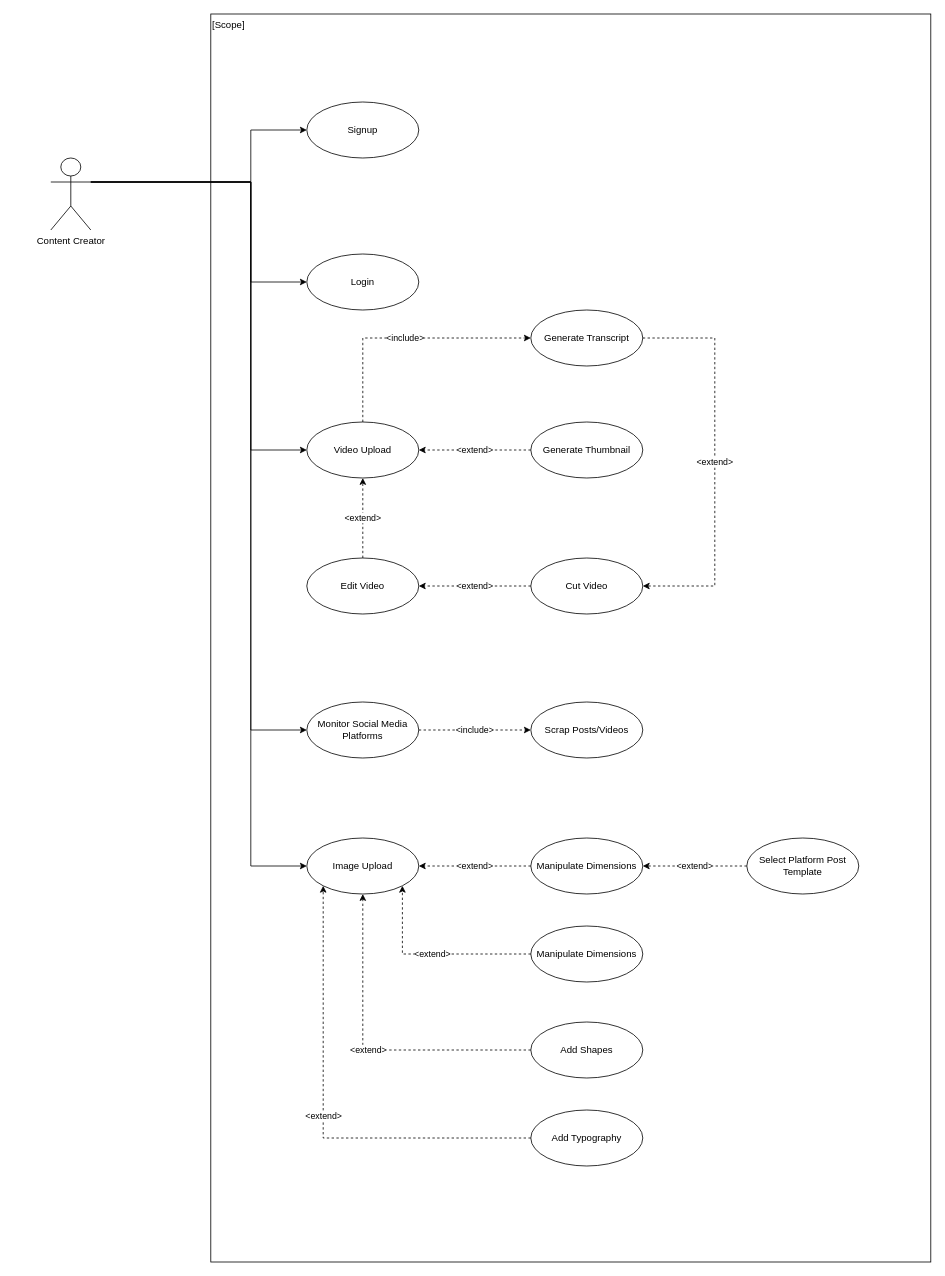
Before: diagrams/UsecaseDiagram.drawio in jadhamwi31/cc_productivity_and_marketing_kit, a draw.io diagram. Source tidied: cells renumbered, new cells numbered last; positions are measured from the earlier drawing's top-left corner, leaving out a move shared by most shapes. Both pictures are drawn from the tidied source at 80%, with x=0, y=0 at pixel (50, 14).
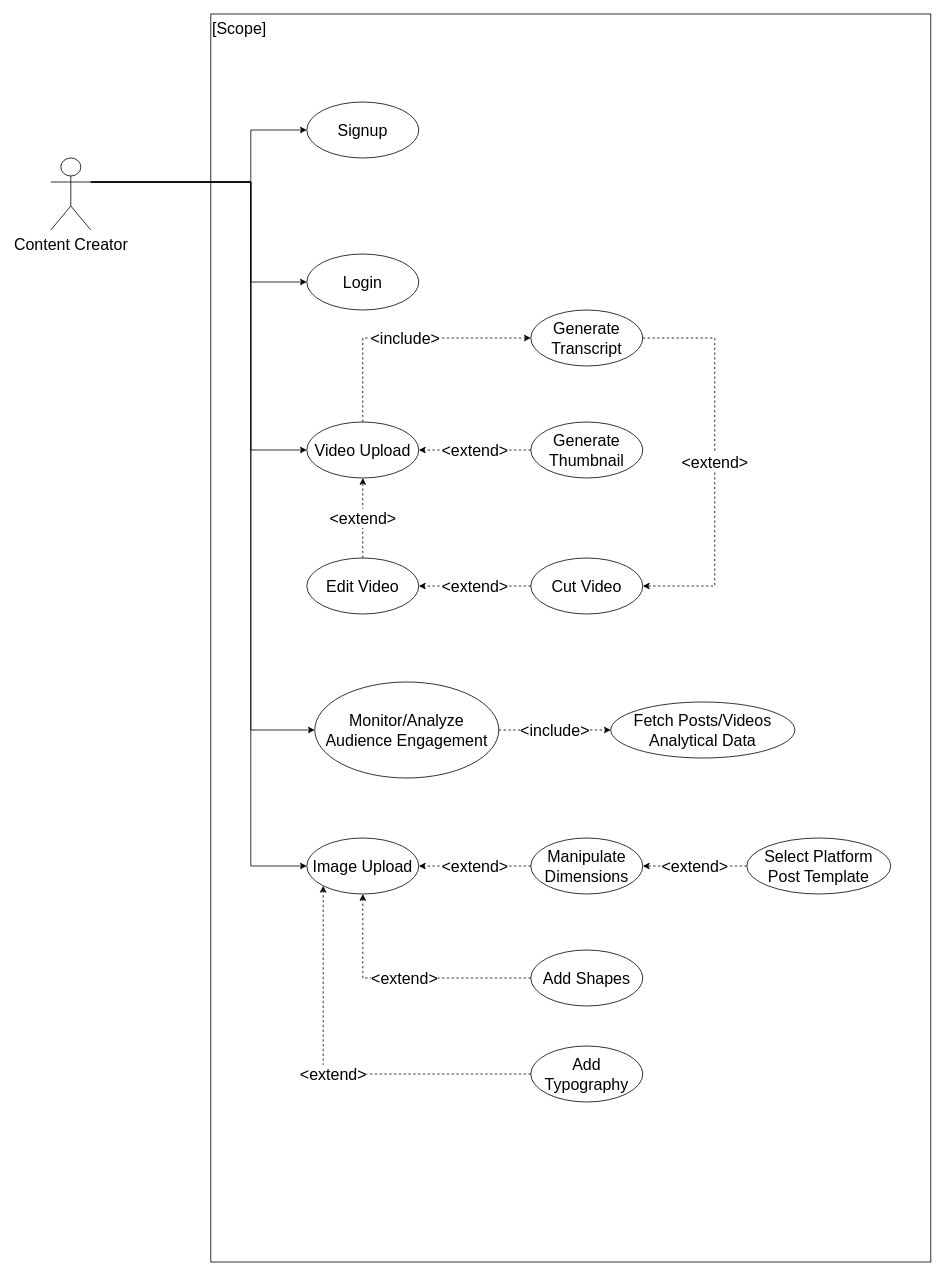
Above is the later version.

Change to the diagram source:
```diff
@@
-    <mxCell id="2" value="[Scope]" style="rounded=0;whiteSpace=wrap;html=1;fillColor=none;align=left;verticalAlign=top;" parent="1" vertex="1">
+    <mxCell id="2" value="[Scope]" style="rounded=0;whiteSpace=wrap;html=1;fillColor=none;align=left;verticalAlign=top;fontSize=20;" parent="1" vertex="1">
       <mxGeometry x="200" width="900" height="1560" as="geometry" />
     </mxCell>
-    <mxCell id="3" style="edgeStyle=orthogonalEdgeStyle;rounded=0;jettySize=auto;html=1;exitX=1;exitY=0.3333333333333333;exitDx=0;exitDy=0;exitPerimeter=0;entryX=0;entryY=0.5;entryDx=0;entryDy=0;" parent="1" edge="1" source="8" target="9">
+    <mxCell id="3" style="edgeStyle=orthogonalEdgeStyle;rounded=0;jettySize=auto;html=1;exitX=1;exitY=0.3333333333333333;exitDx=0;exitDy=0;exitPerimeter=0;entryX=0;entryY=0.5;entryDx=0;entryDy=0;fontSize=20;" parent="1" edge="1" source="8" target="9">
       <mxGeometry relative="1" as="geometry">
         <Array as="points">
           <mxPoint x="250" y="210" />
           <mxPoint x="250" y="145" />
         </Array>
       </mxGeometry>
     </mxCell>
-    <mxCell id="4" style="edgeStyle=orthogonalEdgeStyle;rounded=0;jettySize=auto;html=1;exitX=1;exitY=0.3333333333333333;exitDx=0;exitDy=0;exitPerimeter=0;entryX=0;entryY=0.5;entryDx=0;entryDy=0;" parent="1" edge="1" source="8" target="10">
+    <mxCell id="4" style="edgeStyle=orthogonalEdgeStyle;rounded=0;jettySize=auto;html=1;exitX=1;exitY=0.3333333333333333;exitDx=0;exitDy=0;exitPerimeter=0;entryX=0;entryY=0.5;entryDx=0;entryDy=0;fontSize=20;" parent="1" edge="1" source="8" target="10">
       <mxGeometry relative="1" as="geometry">
         <Array as="points">
           <mxPoint x="250" y="210" />
           <mxPoint x="250" y="335" />
         </Array>
       </mxGeometry>
     </mxCell>
-    <mxCell id="5" style="edgeStyle=orthogonalEdgeStyle;rounded=0;jettySize=auto;html=1;exitX=1;exitY=0.3333333333333333;exitDx=0;exitDy=0;exitPerimeter=0;entryX=0;entryY=0.5;entryDx=0;entryDy=0;" parent="1" edge="1" source="8" target="12">
+    <mxCell id="5" style="edgeStyle=orthogonalEdgeStyle;rounded=0;jettySize=auto;html=1;exitX=1;exitY=0.3333333333333333;exitDx=0;exitDy=0;exitPerimeter=0;entryX=0;entryY=0.5;entryDx=0;entryDy=0;fontSize=20;" parent="1" edge="1" source="8" target="12">
       <mxGeometry relative="1" as="geometry">
         <Array as="points">
           <mxPoint x="250" y="210" />
           <mxPoint x="250" y="545" />
         </Array>
       </mxGeometry>
     </mxCell>
-    <mxCell id="6" style="edgeStyle=orthogonalEdgeStyle;rounded=0;jettySize=auto;html=1;exitX=1;exitY=0.3333333333333333;exitDx=0;exitDy=0;exitPerimeter=0;entryX=0;entryY=0.5;entryDx=0;entryDy=0;" parent="1" edge="1" source="8" target="18">
+    <mxCell id="6" style="edgeStyle=orthogonalEdgeStyle;rounded=0;jettySize=auto;html=1;exitX=1;exitY=0.3333333333333333;exitDx=0;exitDy=0;exitPerimeter=0;entryX=0;entryY=0.5;entryDx=0;entryDy=0;fontSize=20;" parent="1" edge="1" source="8" target="18">
       <mxGeometry relative="1" as="geometry">
         <Array as="points">
           <mxPoint x="250" y="210" />
           <mxPoint x="250" y="895" />
         </Array>
       </mxGeometry>
     </mxCell>
-    <mxCell id="7" style="edgeStyle=orthogonalEdgeStyle;rounded=0;jettySize=auto;html=1;exitX=1;exitY=0.3333333333333333;exitDx=0;exitDy=0;exitPerimeter=0;entryX=0;entryY=0.5;entryDx=0;entryDy=0;" parent="1" edge="1" source="8" target="20">
+    <mxCell id="7" style="edgeStyle=orthogonalEdgeStyle;rounded=0;jettySize=auto;html=1;exitX=1;exitY=0.3333333333333333;exitDx=0;exitDy=0;exitPerimeter=0;entryX=0;entryY=0.5;entryDx=0;entryDy=0;fontSize=20;" parent="1" edge="1" source="8" target="20">
       <mxGeometry relative="1" as="geometry">
         <Array as="points">
           <mxPoint x="250" y="210" />
           <mxPoint x="250" y="1065" />
         </Array>
       </mxGeometry>
     </mxCell>
-    <mxCell id="8" value="Content Creator" style="shape=umlActor;verticalLabelPosition=bottom;verticalAlign=top;html=1;outlineConnect=0;fillColor=none;" parent="1" vertex="1">
+    <mxCell id="8" value="Content Creator" style="shape=umlActor;verticalLabelPosition=bottom;verticalAlign=top;html=1;outlineConnect=0;fillColor=none;fontSize=20;" parent="1" vertex="1">
       <mxGeometry y="180" width="50" height="90" as="geometry" />
     </mxCell>
-    <mxCell id="9" value="Signup" style="ellipse;whiteSpace=wrap;html=1;fillColor=none;" parent="1" vertex="1">
+    <mxCell id="9" value="Signup" style="ellipse;whiteSpace=wrap;html=1;fillColor=none;fontSize=20;" parent="1" vertex="1">
       <mxGeometry x="320" y="110" width="140" height="70" as="geometry" />
     </mxCell>
-    <mxCell id="10" value="Login" style="ellipse;whiteSpace=wrap;html=1;fillColor=none;" parent="1" vertex="1">
+    <mxCell id="10" value="Login" style="ellipse;whiteSpace=wrap;html=1;fillColor=none;fontSize=20;" parent="1" vertex="1">
       <mxGeometry x="320" y="300" width="140" height="70" as="geometry" />
     </mxCell>
-    <mxCell id="11" value="&amp;lt;include&amp;gt;" style="edgeStyle=orthogonalEdgeStyle;rounded=0;jettySize=auto;html=1;exitX=0.5;exitY=0;exitDx=0;exitDy=0;entryX=0;entryY=0.5;entryDx=0;entryDy=0;dashed=1;" parent="1" edge="1" source="12" target="34">
+    <mxCell id="11" value="&amp;lt;include&amp;gt;" style="edgeStyle=orthogonalEdgeStyle;rounded=0;jettySize=auto;html=1;exitX=0.5;exitY=0;exitDx=0;exitDy=0;entryX=0;entryY=0.5;entryDx=0;entryDy=0;dashed=1;fontSize=20;" parent="1" edge="1" source="12" target="34">
       <mxGeometry relative="1" as="geometry" />
     </mxCell>
-    <mxCell id="12" value="Video Upload" style="ellipse;whiteSpace=wrap;html=1;fillColor=none;" parent="1" vertex="1">
+    <mxCell id="12" value="Video Upload" style="ellipse;whiteSpace=wrap;html=1;fillColor=none;fontSize=20;" parent="1" vertex="1">
       <mxGeometry x="320" y="510" width="140" height="70" as="geometry" />
     </mxCell>
-    <mxCell id="13" value="&amp;lt;extend&amp;gt;" style="edgeStyle=orthogonalEdgeStyle;rounded=0;jettySize=auto;html=1;exitX=0.5;exitY=0;exitDx=0;exitDy=0;entryX=0.5;entryY=1;entryDx=0;entryDy=0;dashed=1;" parent="1" edge="1" source="14" target="12">
+    <mxCell id="13" value="&amp;lt;extend&amp;gt;" style="edgeStyle=orthogonalEdgeStyle;rounded=0;jettySize=auto;html=1;exitX=0.5;exitY=0;exitDx=0;exitDy=0;entryX=0.5;entryY=1;entryDx=0;entryDy=0;dashed=1;fontSize=20;" parent="1" edge="1" source="14" target="12">
       <mxGeometry relative="1" as="geometry" />
     </mxCell>
-    <mxCell id="14" value="Edit Video" style="ellipse;whiteSpace=wrap;html=1;fillColor=none;" parent="1" vertex="1">
+    <mxCell id="14" value="Edit Video" style="ellipse;whiteSpace=wrap;html=1;fillColor=none;fontSize=20;" parent="1" vertex="1">
       <mxGeometry x="320" y="680" width="140" height="70" as="geometry" />
     </mxCell>
-    <mxCell id="15" value="&amp;lt;extend&amp;gt;" style="edgeStyle=orthogonalEdgeStyle;rounded=0;jettySize=auto;html=1;exitX=0;exitY=0.5;exitDx=0;exitDy=0;entryX=1;entryY=0.5;entryDx=0;entryDy=0;dashed=1;" parent="1" edge="1" source="16" target="14">
+    <mxCell id="15" value="&amp;lt;extend&amp;gt;" style="edgeStyle=orthogonalEdgeStyle;rounded=0;jettySize=auto;html=1;exitX=0;exitY=0.5;exitDx=0;exitDy=0;entryX=1;entryY=0.5;entryDx=0;entryDy=0;dashed=1;fontSize=20;" parent="1" edge="1" source="16" target="14">
       <mxGeometry relative="1" as="geometry" />
     </mxCell>
-    <mxCell id="16" value="Cut Video" style="ellipse;whiteSpace=wrap;html=1;fillColor=none;" parent="1" vertex="1">
+    <mxCell id="16" value="Cut Video" style="ellipse;whiteSpace=wrap;html=1;fillColor=none;fontSize=20;" parent="1" vertex="1">
       <mxGeometry x="600" y="680" width="140" height="70" as="geometry" />
     </mxCell>
-    <mxCell id="17" value="&amp;lt;include&amp;gt;" style="edgeStyle=orthogonalEdgeStyle;rounded=0;jettySize=auto;html=1;exitX=1;exitY=0.5;exitDx=0;exitDy=0;dashed=1;" parent="1" edge="1" source="18" target="19">
+    <mxCell id="17" value="&amp;lt;include&amp;gt;" style="edgeStyle=orthogonalEdgeStyle;rounded=0;jettySize=auto;html=1;exitX=1;exitY=0.5;exitDx=0;exitDy=0;dashed=1;fontSize=20;" parent="1" edge="1" source="18" target="19">
       <mxGeometry relative="1" as="geometry" />
     </mxCell>
-    <mxCell id="18" value="Monitor Social Media Platforms" style="ellipse;whiteSpace=wrap;html=1;fillColor=none;" parent="1" vertex="1">
-      <mxGeometry x="320" y="860" width="140" height="70" as="geometry" />
+    <mxCell id="18" value="Monitor/Analyze Audience Engagement" style="ellipse;whiteSpace=wrap;html=1;fillColor=none;fontSize=20;" parent="1" vertex="1">
+      <mxGeometry x="330" y="835" width="230" height="120" as="geometry" />
     </mxCell>
-    <mxCell id="19" value="Scrap Posts/Videos" style="ellipse;whiteSpace=wrap;html=1;fillColor=none;" parent="1" vertex="1">
-      <mxGeometry x="600" y="860" width="140" height="70" as="geometry" />
+    <mxCell id="19" value="Fetch Posts/Videos&lt;br&gt;Analytical Data" style="ellipse;whiteSpace=wrap;html=1;fillColor=none;fontSize=20;" parent="1" vertex="1">
+      <mxGeometry x="700" y="860" width="230" height="70" as="geometry" />
     </mxCell>
-    <mxCell id="20" value="Image Upload" style="ellipse;whiteSpace=wrap;html=1;fillColor=none;" parent="1" vertex="1">
+    <mxCell id="20" value="Image Upload" style="ellipse;whiteSpace=wrap;html=1;fillColor=none;fontSize=20;" parent="1" vertex="1">
       <mxGeometry x="320" y="1030" width="140" height="70" as="geometry" />
     </mxCell>
-    <mxCell id="21" value="&amp;lt;extend&amp;gt;" style="edgeStyle=orthogonalEdgeStyle;rounded=0;jettySize=auto;html=1;exitX=0;exitY=0.5;exitDx=0;exitDy=0;dashed=1;" parent="1" edge="1" source="22" target="20">
+    <mxCell id="21" value="&amp;lt;extend&amp;gt;" style="edgeStyle=orthogonalEdgeStyle;rounded=0;jettySize=auto;html=1;exitX=0;exitY=0.5;exitDx=0;exitDy=0;dashed=1;fontSize=20;" parent="1" edge="1" source="22" target="20">
       <mxGeometry relative="1" as="geometry" />
     </mxCell>
-    <mxCell id="22" value="Manipulate Dimensions" style="ellipse;whiteSpace=wrap;html=1;fillColor=none;" parent="1" vertex="1">
+    <mxCell id="22" value="Manipulate Dimensions" style="ellipse;whiteSpace=wrap;html=1;fillColor=none;fontSize=20;" parent="1" vertex="1">
       <mxGeometry x="600" y="1030" width="140" height="70" as="geometry" />
     </mxCell>
-    <mxCell id="23" value="&amp;lt;extend&amp;gt;" style="edgeStyle=orthogonalEdgeStyle;rounded=0;jettySize=auto;html=1;exitX=0;exitY=0.5;exitDx=0;exitDy=0;entryX=1;entryY=0.5;entryDx=0;entryDy=0;dashed=1;" parent="1" edge="1" source="24" target="12">
+    <mxCell id="23" value="&amp;lt;extend&amp;gt;" style="edgeStyle=orthogonalEdgeStyle;rounded=0;jettySize=auto;html=1;exitX=0;exitY=0.5;exitDx=0;exitDy=0;entryX=1;entryY=0.5;entryDx=0;entryDy=0;dashed=1;fontSize=20;" parent="1" edge="1" source="24" target="12">
       <mxGeometry relative="1" as="geometry" />
     </mxCell>
-    <mxCell id="24" value="Generate Thumbnail" style="ellipse;whiteSpace=wrap;html=1;fillColor=none;" parent="1" vertex="1">
+    <mxCell id="24" value="Generate Thumbnail" style="ellipse;whiteSpace=wrap;html=1;fillColor=none;fontSize=20;" parent="1" vertex="1">
       <mxGeometry x="600" y="510" width="140" height="70" as="geometry" />
     </mxCell>
-    <mxCell id="25" value="&amp;lt;extend&amp;gt;" style="edgeStyle=orthogonalEdgeStyle;rounded=0;jettySize=auto;html=1;exitX=0;exitY=0.5;exitDx=0;exitDy=0;entryX=1;entryY=1;entryDx=0;entryDy=0;dashed=1;" parent="1" edge="1" source="26" target="20">
-      <mxGeometry relative="1" as="geometry" />
-    </mxCell>
-    <mxCell id="26" value="Manipulate Dimensions" style="ellipse;whiteSpace=wrap;html=1;fillColor=none;" parent="1" vertex="1">
-      <mxGeometry x="600" y="1140" width="140" height="70" as="geometry" />
-    </mxCell>
-    <mxCell id="27" value="&amp;lt;extend&amp;gt;" style="edgeStyle=orthogonalEdgeStyle;rounded=0;jettySize=auto;html=1;exitX=0;exitY=0.5;exitDx=0;exitDy=0;entryX=0.5;entryY=1;entryDx=0;entryDy=0;dashed=1;" parent="1" edge="1" source="28" target="20">
+    <mxCell id="27" value="&amp;lt;extend&amp;gt;" style="edgeStyle=orthogonalEdgeStyle;rounded=0;jettySize=auto;html=1;exitX=0;exitY=0.5;exitDx=0;exitDy=0;entryX=0.5;entryY=1;entryDx=0;entryDy=0;dashed=1;fontSize=20;" parent="1" edge="1" source="28" target="20">
       <mxGeometry relative="1" as="geometry" />
     </mxCell>
-    <mxCell id="28" value="Add Shapes" style="ellipse;whiteSpace=wrap;html=1;fillColor=none;" parent="1" vertex="1">
-      <mxGeometry x="600" y="1260" width="140" height="70" as="geometry" />
+    <mxCell id="28" value="Add Shapes" style="ellipse;whiteSpace=wrap;html=1;fillColor=none;fontSize=20;" parent="1" vertex="1">
+      <mxGeometry x="600" y="1170" width="140" height="70" as="geometry" />
     </mxCell>
-    <mxCell id="29" value="&amp;lt;extend&amp;gt;" style="edgeStyle=orthogonalEdgeStyle;rounded=0;jettySize=auto;html=1;exitX=0;exitY=0.5;exitDx=0;exitDy=0;entryX=0;entryY=1;entryDx=0;entryDy=0;dashed=1;" parent="1" edge="1" source="30" target="20">
+    <mxCell id="29" value="&amp;lt;extend&amp;gt;" style="edgeStyle=orthogonalEdgeStyle;rounded=0;jettySize=auto;html=1;exitX=0;exitY=0.5;exitDx=0;exitDy=0;entryX=0;entryY=1;entryDx=0;entryDy=0;dashed=1;fontSize=20;" parent="1" edge="1" source="30" target="20">
       <mxGeometry relative="1" as="geometry" />
     </mxCell>
-    <mxCell id="30" value="Add Typography" style="ellipse;whiteSpace=wrap;html=1;fillColor=none;" parent="1" vertex="1">
-      <mxGeometry x="600" y="1370" width="140" height="70" as="geometry" />
+    <mxCell id="30" value="Add Typography" style="ellipse;whiteSpace=wrap;html=1;fillColor=none;fontSize=20;" parent="1" vertex="1">
+      <mxGeometry x="600" y="1290" width="140" height="70" as="geometry" />
     </mxCell>
-    <mxCell id="31" value="&amp;lt;extend&amp;gt;" style="edgeStyle=orthogonalEdgeStyle;rounded=0;jettySize=auto;html=1;exitX=0;exitY=0.5;exitDx=0;exitDy=0;dashed=1;" parent="1" edge="1" source="32" target="22">
+    <mxCell id="31" value="&amp;lt;extend&amp;gt;" style="edgeStyle=orthogonalEdgeStyle;rounded=0;jettySize=auto;html=1;exitX=0;exitY=0.5;exitDx=0;exitDy=0;dashed=1;fontSize=20;" parent="1" edge="1" source="32" target="22">
       <mxGeometry relative="1" as="geometry" />
     </mxCell>
-    <mxCell id="32" value="Select Platform Post Template" style="ellipse;whiteSpace=wrap;html=1;fillColor=none;" parent="1" vertex="1">
-      <mxGeometry x="870" y="1030" width="140" height="70" as="geometry" />
+    <mxCell id="32" value="Select Platform Post Template" style="ellipse;whiteSpace=wrap;html=1;fillColor=none;fontSize=20;" parent="1" vertex="1">
+      <mxGeometry x="870" y="1030" width="180" height="70" as="geometry" />
     </mxCell>
-    <mxCell id="33" value="&amp;lt;extend&amp;gt;" style="edgeStyle=orthogonalEdgeStyle;rounded=0;jettySize=auto;html=1;exitX=1;exitY=0.5;exitDx=0;exitDy=0;entryX=1;entryY=0.5;entryDx=0;entryDy=0;dashed=1;" parent="1" edge="1" source="34" target="16">
+    <mxCell id="33" value="&amp;lt;extend&amp;gt;" style="edgeStyle=orthogonalEdgeStyle;rounded=0;jettySize=auto;html=1;exitX=1;exitY=0.5;exitDx=0;exitDy=0;entryX=1;entryY=0.5;entryDx=0;entryDy=0;dashed=1;fontSize=20;" parent="1" edge="1" source="34" target="16">
       <mxGeometry relative="1" as="geometry">
         <Array as="points">
           <mxPoint x="830" y="405" />
           <mxPoint x="830" y="715" />
         </Array>
       </mxGeometry>
     </mxCell>
-    <mxCell id="34" value="Generate Transcript" style="ellipse;whiteSpace=wrap;html=1;fillColor=none;" parent="1" vertex="1">
+    <mxCell id="34" value="Generate Transcript" style="ellipse;whiteSpace=wrap;html=1;fillColor=none;fontSize=20;" parent="1" vertex="1">
       <mxGeometry x="600" y="370" width="140" height="70" as="geometry" />
     </mxCell>
```
